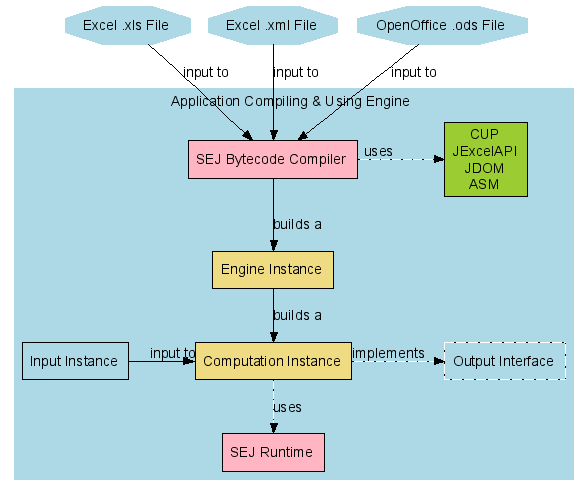
formulacompiler/formulacompiler keeps this Graphviz diagram as src/doc/embedded.png. Above is the earlier version. Its source is kept beside it as src/doc/embedded.dot. The source it was exported from:
```dot
digraph "SEJ Component Overview" {
	fontname = "Helvetica";

	node [ shape = box, fontname = "Helvetica" ];
	edge [ fontname = "Helvetica" ];

	subgraph input {
					node [style = filled, color = lightblue ];
		xls			[ label = "Excel .xls File", shape=octagon ];
		xml			[ label = "Excel .xml File", shape=octagon ];
		ods			[ label = "OpenOffice .ods File", shape=octagon ];
	}

	subgraph cluster_runtime {
					label = "Application Compiling & Using Engine";
					style = filled;
					color = lightblue;

		{ 			node [ style = filled, fillcolor = lightpink ];
		comp 		[ label = "SEJ Bytecode Compiler" ];
		run			[ label = "SEJ Runtime" ];
		}

		{ 			node [ style = filled, fillcolor = lightgoldenrod ];
		bceng		[ label = "Engine Instance" ];
		calc		[ label = "Computation Instance" ];
		}

		inp			[ label = "Input Instance" ];
		outp		[ label = "Output Interface", style = dotted ];

		{ 			node [ style = filled, fillcolor = yellowgreen ];
		ext			[ label = "CUP\nJExcelAPI\nJDOM\nASM" ];
		}

		{ rank = same; comp; ext; }
		{ rank = same; calc; inp; outp; }
	}

	{ 				edge [ label = "input to" ];
	xls -> comp;
	xml -> comp;
	ods -> comp;
	inp -> calc;
	}

	{ 				edge [ label = "builds a" ];
	comp -> bceng -> calc;
	}

	{ 				edge [ label = "implements", style=dotted ];
	calc -> outp;
	}

	{ 				edge [ style = dotted, label = "uses" ];
	comp -> ext;
	calc -> run;
	}

}
```
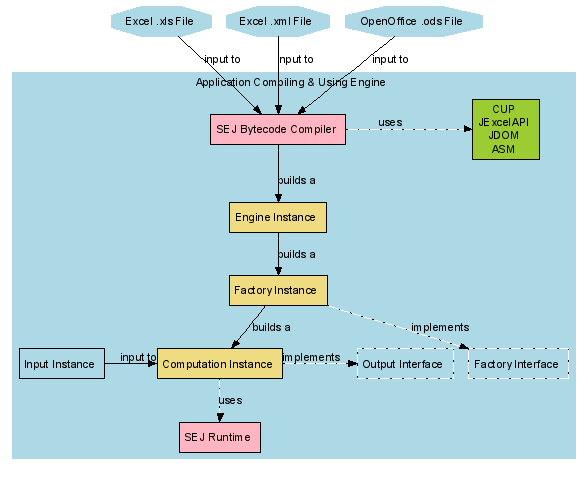
After the commit.

Change to the diagram source:
```diff
@@ -23,11 +23,13 @@
 
 		{ 			node [ style = filled, fillcolor = lightgoldenrod ];
 		bceng		[ label = "Engine Instance" ];
+		bcfact		[ label = "Factory Instance" ];
 		calc		[ label = "Computation Instance" ];
 		}
 
 		inp			[ label = "Input Instance" ];
 		outp		[ label = "Output Interface", style = dotted ];
+		fact		[ label = "Factory Interface", style = dotted ];
 
 		{ 			node [ style = filled, fillcolor = yellowgreen ];
 		ext			[ label = "CUP\nJExcelAPI\nJDOM\nASM" ];
@@ -45,11 +47,12 @@
 	}
 
 	{ 				edge [ label = "builds a" ];
-	comp -> bceng -> calc;
+	comp -> bceng -> bcfact -> calc;
 	}
 
 	{ 				edge [ label = "implements", style=dotted ];
 	calc -> outp;
+	bcfact -> fact;
 	}
 
 	{ 				edge [ style = dotted, label = "uses" ];
```
